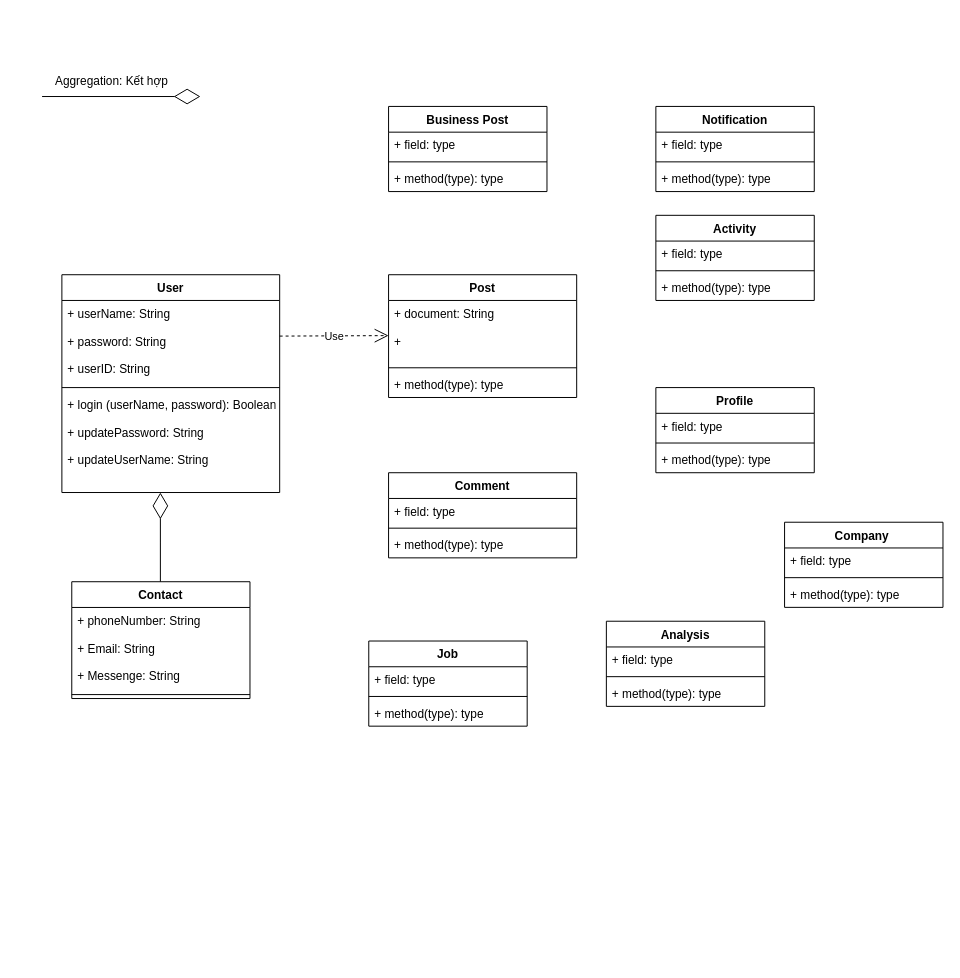
Above: GAP Social Class Diagram.drawio in nvhoang23/BTVN_1 (draw.io), before the change. Source tidied: cells renumbered, new cells numbered last; positions are measured from the earlier drawing's top-left corner, leaving out a move shared by most shapes. Both pictures are drawn from the tidied source at 99%, with x=0, y=0 at pixel (42, 66).
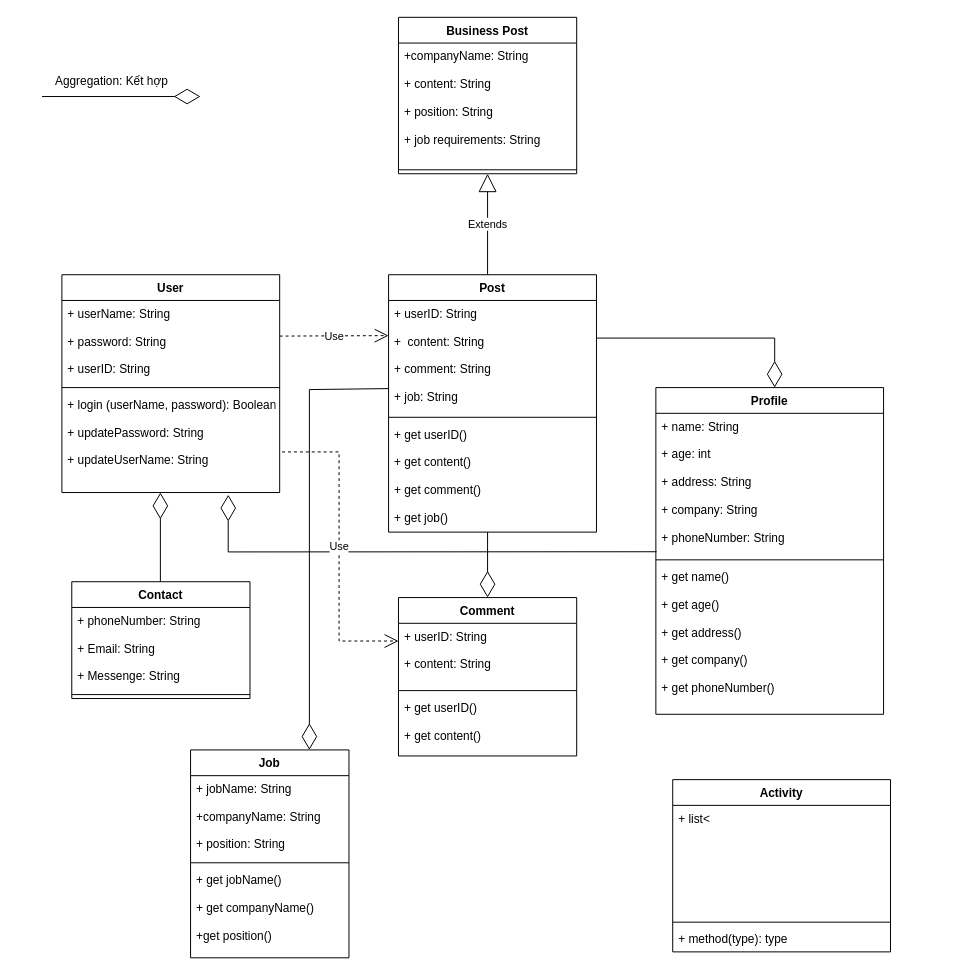
The same diagram, later.

Commit message:
Cập nhật GAP Social Class Diagram.drawio

The change refers to these unchanged cells:
```xml
<mxCell id="5" value="+ login (userName, password): Boolean&#10;&#10;+ updatePassword: String&#10;&#10;+ updateUserName: String &#10;&#10;" style="text;strokeColor=none;fillColor=none;align=left;verticalAlign=top;spacingLeft=4;spacingRight=4;overflow=hidden;points=[[0,0.5],[1,0.5]];portConstraint=eastwest;" parent="2" vertex="1">
  <mxGeometry y="118" width="220" height="102" as="geometry" />
</mxCell>
```

The edit, as a diff of the source:
```diff
@@
     <mxCell id="6" value="Post" style="swimlane;fontStyle=1;align=center;verticalAlign=top;horizontal=1;startSize=26;" parent="1" vertex="1">
-      <mxGeometry x="350" y="210" width="190" height="124" as="geometry" />
+      <mxGeometry x="350" y="210" width="210" height="260" as="geometry" />
     </mxCell>
-    <mxCell id="7" value="+ document: String&#10;&#10;+ " style="text;strokeColor=none;fillColor=none;align=left;verticalAlign=top;spacingLeft=4;spacingRight=4;overflow=hidden;points=[[0,0.5],[1,0.5]];portConstraint=eastwest;" parent="6" vertex="1">
-      <mxGeometry y="26" width="190" height="64" as="geometry" />
+    <mxCell id="7" value="+ userID: String&#10;&#10;+  content: String&#10;&#10;+ comment: String&#10;&#10;+ job: String&#10;&#10;" style="text;strokeColor=none;fillColor=none;align=left;verticalAlign=top;spacingLeft=4;spacingRight=4;overflow=hidden;points=[[0,0.5],[1,0.5]];portConstraint=eastwest;" parent="6" vertex="1">
+      <mxGeometry y="26" width="210" height="114" as="geometry" />
     </mxCell>
     <mxCell id="8" style="line;strokeWidth=1;fillColor=none;align=left;verticalAlign=middle;spacingTop=-1;spacingLeft=3;spacingRight=3;labelPosition=right;strokeColor=inherit;" parent="6" vertex="1">
-      <mxGeometry y="90" width="190" height="8" as="geometry" />
+      <mxGeometry y="140" width="210" height="8" as="geometry" />
     </mxCell>
-    <mxCell id="9" value="+ method(type): type" style="text;strokeColor=none;fillColor=none;align=left;verticalAlign=top;spacingLeft=4;spacingRight=4;overflow=hidden;" parent="6" vertex="1">
-      <mxGeometry y="98" width="190" height="26" as="geometry" />
+    <mxCell id="9" value="+ get userID()&#10;&#10;+ get content() &#10;&#10;+ get comment() &#10;&#10;+ get job() &#10;&#10;" style="text;strokeColor=none;fillColor=none;align=left;verticalAlign=top;spacingLeft=4;spacingRight=4;overflow=hidden;" parent="6" vertex="1">
+      <mxGeometry y="148" width="210" height="112" as="geometry" />
     </mxCell>
-    <mxCell id="10" value="Business Post" style="swimlane;fontStyle=1;align=center;verticalAlign=top;horizontal=1;startSize=26;" parent="1" vertex="1">
-      <mxGeometry x="350" y="40" width="160" height="86" as="geometry" />
-    </mxCell>
-    <mxCell id="11" value="+ field: type" style="text;strokeColor=none;fillColor=none;align=left;verticalAlign=top;spacingLeft=4;spacingRight=4;overflow=hidden;" parent="10" vertex="1">
-      <mxGeometry y="26" width="160" height="26" as="geometry" />
-    </mxCell>
-    <mxCell id="12" style="line;strokeWidth=1;fillColor=none;align=left;verticalAlign=middle;spacingTop=-1;spacingLeft=3;spacingRight=3;labelPosition=right;strokeColor=inherit;" parent="10" vertex="1">
-      <mxGeometry y="52" width="160" height="8" as="geometry" />
-    </mxCell>
-    <mxCell id="13" value="+ method(type): type" style="text;strokeColor=none;fillColor=none;align=left;verticalAlign=top;spacingLeft=4;spacingRight=4;overflow=hidden;" parent="10" vertex="1">
-      <mxGeometry y="60" width="160" height="26" as="geometry" />
-    </mxCell>
-    <mxCell id="14" value="Notification" style="swimlane;fontStyle=1;align=center;verticalAlign=top;horizontal=1;startSize=26;" parent="1" vertex="1">
-      <mxGeometry x="620" y="40" width="160" height="86" as="geometry" />
+    <mxCell id="14" value="Business Post" style="swimlane;fontStyle=1;align=center;verticalAlign=top;horizontal=1;startSize=26;" parent="1" vertex="1">
+      <mxGeometry x="360" y="-50" width="180" height="158" as="geometry" />
     </mxCell>
-    <mxCell id="15" value="+ field: type" style="text;strokeColor=none;fillColor=none;align=left;verticalAlign=top;spacingLeft=4;spacingRight=4;overflow=hidden;" parent="14" vertex="1">
-      <mxGeometry y="26" width="160" height="26" as="geometry" />
+    <mxCell id="15" value="+companyName: String &#10;&#10;+ content: String&#10;&#10;+ position: String&#10;&#10;+ job requirements: String " style="text;strokeColor=none;fillColor=none;align=left;verticalAlign=top;spacingLeft=4;spacingRight=4;overflow=hidden;" parent="14" vertex="1">
+      <mxGeometry y="26" width="180" height="124" as="geometry" />
     </mxCell>
     <mxCell id="16" style="line;strokeWidth=1;fillColor=none;align=left;verticalAlign=middle;spacingTop=-1;spacingLeft=3;spacingRight=3;labelPosition=right;strokeColor=inherit;" parent="14" vertex="1">
-      <mxGeometry y="52" width="160" height="8" as="geometry" />
+      <mxGeometry y="150" width="180" height="8" as="geometry" />
     </mxCell>
-    <mxCell id="17" value="+ method(type): type" style="text;strokeColor=none;fillColor=none;align=left;verticalAlign=top;spacingLeft=4;spacingRight=4;overflow=hidden;" parent="14" vertex="1">
-      <mxGeometry y="60" width="160" height="26" as="geometry" />
-    </mxCell>
     <mxCell id="18" value="Activity" style="swimlane;fontStyle=1;align=center;verticalAlign=top;horizontal=1;startSize=26;" parent="1" vertex="1">
-      <mxGeometry x="620" y="150" width="160" height="86" as="geometry" />
+      <mxGeometry x="637" y="720" width="220" height="174" as="geometry" />
     </mxCell>
-    <mxCell id="19" value="+ field: type" style="text;strokeColor=none;fillColor=none;align=left;verticalAlign=top;spacingLeft=4;spacingRight=4;overflow=hidden;" parent="18" vertex="1">
-      <mxGeometry y="26" width="160" height="26" as="geometry" />
+    <mxCell id="19" value="+ list&lt;" style="text;strokeColor=none;fillColor=none;align=left;verticalAlign=top;spacingLeft=4;spacingRight=4;overflow=hidden;" parent="18" vertex="1">
+      <mxGeometry y="26" width="220" height="114" as="geometry" />
     </mxCell>
     <mxCell id="20" style="line;strokeWidth=1;fillColor=none;align=left;verticalAlign=middle;spacingTop=-1;spacingLeft=3;spacingRight=3;labelPosition=right;strokeColor=inherit;" parent="18" vertex="1">
-      <mxGeometry y="52" width="160" height="8" as="geometry" />
+      <mxGeometry y="140" width="220" height="8" as="geometry" />
     </mxCell>
     <mxCell id="21" value="+ method(type): type" style="text;strokeColor=none;fillColor=none;align=left;verticalAlign=top;spacingLeft=4;spacingRight=4;overflow=hidden;" parent="18" vertex="1">
-      <mxGeometry y="60" width="160" height="26" as="geometry" />
+      <mxGeometry y="148" width="220" height="26" as="geometry" />
     </mxCell>
     <mxCell id="22" value="Comment" style="swimlane;fontStyle=1;align=center;verticalAlign=top;horizontal=1;startSize=26;" parent="1" vertex="1">
-      <mxGeometry x="350" y="410" width="190" height="86" as="geometry" />
+      <mxGeometry x="360" y="536.1" width="180" height="160" as="geometry" />
     </mxCell>
-    <mxCell id="23" value="+ field: type" style="text;strokeColor=none;fillColor=none;align=left;verticalAlign=top;spacingLeft=4;spacingRight=4;overflow=hidden;" parent="22" vertex="1">
-      <mxGeometry y="26" width="190" height="26" as="geometry" />
+    <mxCell id="23" value="+ userID: String &#10;&#10;+ content: String" style="text;strokeColor=none;fillColor=none;align=left;verticalAlign=top;spacingLeft=4;spacingRight=4;overflow=hidden;" parent="22" vertex="1">
+      <mxGeometry y="26" width="180" height="64" as="geometry" />
     </mxCell>
     <mxCell id="24" style="line;strokeWidth=1;fillColor=none;align=left;verticalAlign=middle;spacingTop=-1;spacingLeft=3;spacingRight=3;labelPosition=right;strokeColor=inherit;" parent="22" vertex="1">
-      <mxGeometry y="52" width="190" height="8" as="geometry" />
+      <mxGeometry y="90" width="180" height="8" as="geometry" />
     </mxCell>
-    <mxCell id="25" value="+ method(type): type" style="text;strokeColor=none;fillColor=none;align=left;verticalAlign=top;spacingLeft=4;spacingRight=4;overflow=hidden;" parent="22" vertex="1">
-      <mxGeometry y="60" width="190" height="26" as="geometry" />
+    <mxCell id="25" value="+ get userID()&#10;&#10;+ get content()" style="text;strokeColor=none;fillColor=none;align=left;verticalAlign=top;spacingLeft=4;spacingRight=4;overflow=hidden;" parent="22" vertex="1">
+      <mxGeometry y="98" width="180" height="62" as="geometry" />
     </mxCell>
     <mxCell id="26" value="Profile" style="swimlane;fontStyle=1;align=center;verticalAlign=top;horizontal=1;startSize=26;" parent="1" vertex="1">
-      <mxGeometry x="620" y="324" width="160" height="86" as="geometry" />
+      <mxGeometry x="620" y="324" width="230" height="330" as="geometry" />
     </mxCell>
-    <mxCell id="27" value="+ field: type" style="text;strokeColor=none;fillColor=none;align=left;verticalAlign=top;spacingLeft=4;spacingRight=4;overflow=hidden;points=[[0,0.5],[1,0.5]];portConstraint=eastwest;" parent="26" vertex="1">
-      <mxGeometry y="26" width="160" height="26" as="geometry" />
+    <mxCell id="27" value="+ name: String&#10;&#10;+ age: int&#10;&#10;+ address: String&#10;&#10;+ company: String&#10;&#10;+ phoneNumber: String" style="text;strokeColor=none;fillColor=none;align=left;verticalAlign=top;spacingLeft=4;spacingRight=4;overflow=hidden;points=[[0,0.5],[1,0.5]];portConstraint=eastwest;" parent="26" vertex="1">
+      <mxGeometry y="26" width="230" height="144" as="geometry" />
     </mxCell>
     <mxCell id="28" style="line;strokeWidth=1;fillColor=none;align=left;verticalAlign=middle;spacingTop=-1;spacingLeft=3;spacingRight=3;labelPosition=right;strokeColor=inherit;" parent="26" vertex="1">
-      <mxGeometry y="52" width="160" height="8" as="geometry" />
+      <mxGeometry y="170" width="230" height="8" as="geometry" />
     </mxCell>
-    <mxCell id="29" value="+ method(type): type" style="text;strokeColor=none;fillColor=none;align=left;verticalAlign=top;spacingLeft=4;spacingRight=4;overflow=hidden;" parent="26" vertex="1">
-      <mxGeometry y="60" width="160" height="26" as="geometry" />
+    <mxCell id="29" value="+ get name()&#10;&#10;+ get age()&#10;&#10;+ get address()&#10;&#10;+ get company()&#10;&#10;+ get phoneNumber()" style="text;strokeColor=none;fillColor=none;align=left;verticalAlign=top;spacingLeft=4;spacingRight=4;overflow=hidden;" parent="26" vertex="1">
+      <mxGeometry y="178" width="230" height="152" as="geometry" />
     </mxCell>
@@
     <mxCell id="37" value="Job" style="swimlane;fontStyle=1;align=center;verticalAlign=top;horizontal=1;startSize=26;" parent="1" vertex="1">
-      <mxGeometry x="330" y="580" width="160" height="86" as="geometry" />
+      <mxGeometry x="150" y="690" width="160" height="210" as="geometry" />
     </mxCell>
-    <mxCell id="38" value="+ field: type" style="text;strokeColor=none;fillColor=none;align=left;verticalAlign=top;spacingLeft=4;spacingRight=4;overflow=hidden;" parent="37" vertex="1">
-      <mxGeometry y="26" width="160" height="26" as="geometry" />
+    <mxCell id="38" value="+ jobName: String&#10;&#10;+companyName: String&#10;&#10;+ position: String" style="text;strokeColor=none;fillColor=none;align=left;verticalAlign=top;spacingLeft=4;spacingRight=4;overflow=hidden;" parent="37" vertex="1">
+      <mxGeometry y="26" width="160" height="84" as="geometry" />
     </mxCell>
     <mxCell id="39" style="line;strokeWidth=1;fillColor=none;align=left;verticalAlign=middle;spacingTop=-1;spacingLeft=3;spacingRight=3;labelPosition=right;strokeColor=inherit;" parent="37" vertex="1">
-      <mxGeometry y="52" width="160" height="8" as="geometry" />
+      <mxGeometry y="110" width="160" height="8" as="geometry" />
     </mxCell>
-    <mxCell id="40" value="+ method(type): type" style="text;strokeColor=none;fillColor=none;align=left;verticalAlign=top;spacingLeft=4;spacingRight=4;overflow=hidden;" parent="37" vertex="1">
-      <mxGeometry y="60" width="160" height="26" as="geometry" />
+    <mxCell id="40" value="+ get jobName()&#10;&#10;+ get companyName()&#10;&#10;+get position()" style="text;strokeColor=none;fillColor=none;align=left;verticalAlign=top;spacingLeft=4;spacingRight=4;overflow=hidden;" parent="37" vertex="1">
+      <mxGeometry y="118" width="160" height="92" as="geometry" />
     </mxCell>
-    <mxCell id="41" value="Analysis" style="swimlane;fontStyle=1;align=center;verticalAlign=top;horizontal=1;startSize=26;" parent="1" vertex="1">
-      <mxGeometry x="570" y="560" width="160" height="86" as="geometry" />
-    </mxCell>
-    <mxCell id="42" value="+ field: type" style="text;strokeColor=none;fillColor=none;align=left;verticalAlign=top;spacingLeft=4;spacingRight=4;overflow=hidden;" parent="41" vertex="1">
-      <mxGeometry y="26" width="160" height="26" as="geometry" />
-    </mxCell>
-    <mxCell id="43" style="line;strokeWidth=1;fillColor=none;align=left;verticalAlign=middle;spacingTop=-1;spacingLeft=3;spacingRight=3;labelPosition=right;strokeColor=inherit;" parent="41" vertex="1">
-      <mxGeometry y="52" width="160" height="8" as="geometry" />
-    </mxCell>
-    <mxCell id="44" value="+ method(type): type" style="text;strokeColor=none;fillColor=none;align=left;verticalAlign=top;spacingLeft=4;spacingRight=4;overflow=hidden;" parent="41" vertex="1">
-      <mxGeometry y="60" width="160" height="26" as="geometry" />
-    </mxCell>
-    <mxCell id="45" value="Company " style="swimlane;fontStyle=1;align=center;verticalAlign=top;horizontal=1;startSize=26;" parent="1" vertex="1">
-      <mxGeometry x="750" y="460" width="160" height="86" as="geometry" />
-    </mxCell>
-    <mxCell id="46" value="+ field: type" style="text;strokeColor=none;fillColor=none;align=left;verticalAlign=top;spacingLeft=4;spacingRight=4;overflow=hidden;" parent="45" vertex="1">
-      <mxGeometry y="26" width="160" height="26" as="geometry" />
-    </mxCell>
-    <mxCell id="47" style="line;strokeWidth=1;fillColor=none;align=left;verticalAlign=middle;spacingTop=-1;spacingLeft=3;spacingRight=3;labelPosition=right;strokeColor=inherit;" parent="45" vertex="1">
-      <mxGeometry y="52" width="160" height="8" as="geometry" />
-    </mxCell>
-    <mxCell id="48" value="+ method(type): type" style="text;strokeColor=none;fillColor=none;align=left;verticalAlign=top;spacingLeft=4;spacingRight=4;overflow=hidden;" parent="45" vertex="1">
-      <mxGeometry y="60" width="160" height="26" as="geometry" />
-    </mxCell>
@@
+    <mxCell id="50" style="endArrow=diamondThin;endFill=0;endSize=24;html=1;rounded=0;" parent="1" edge="1">
+      <mxGeometry relative="1" as="geometry">
+        <mxPoint x="560" y="274" as="sourcePoint" />
+        <mxPoint x="740" y="324" as="targetPoint" />
+        <Array as="points">
+          <mxPoint x="740" y="274" />
+        </Array>
+      </mxGeometry>
+    </mxCell>
+    <mxCell id="51" style="endArrow=diamondThin;endFill=0;endSize=24;html=1;rounded=0;entryX=0.5;entryY=0;entryDx=0;entryDy=0;" parent="1" edge="1" target="22">
+      <mxGeometry relative="1" as="geometry">
+        <mxPoint x="450" y="470" as="sourcePoint" />
+      </mxGeometry>
+    </mxCell>
+    <mxCell id="52" style="endArrow=diamondThin;endFill=0;endSize=24;html=1;rounded=0;exitX=-0.002;exitY=0.781;exitDx=0;exitDy=0;exitPerimeter=0;entryX=0.75;entryY=0;entryDx=0;entryDy=0;" parent="1" edge="1" source="7" target="37">
+      <mxGeometry relative="1" as="geometry">
+        <Array as="points">
+          <mxPoint x="270" y="326" />
+        </Array>
+      </mxGeometry>
+    </mxCell>
+    <mxCell id="53" value="Extends" style="endArrow=block;endSize=16;endFill=0;html=1;rounded=0;entryX=0.5;entryY=1;entryDx=0;entryDy=0;" parent="1" edge="1" target="14">
+      <mxGeometry relative="1" as="geometry">
+        <mxPoint x="450" y="210" as="sourcePoint" />
+      </mxGeometry>
+    </mxCell>
+    <mxCell id="54" style="endArrow=diamondThin;endFill=0;endSize=24;html=1;rounded=0;entryX=0.764;entryY=1.022;entryDx=0;entryDy=0;entryPerimeter=0;exitX=0.003;exitY=0.971;exitDx=0;exitDy=0;exitPerimeter=0;" parent="1" edge="1" source="27" target="5">
+      <mxGeometry relative="1" as="geometry">
+        <Array as="points">
+          <mxPoint x="188" y="490" />
+        </Array>
+      </mxGeometry>
+    </mxCell>
+    <mxCell id="55" value="Use" style="endArrow=open;endSize=12;dashed=1;html=1;rounded=0;exitX=1.011;exitY=0.598;exitDx=0;exitDy=0;exitPerimeter=0;" parent="1" edge="1" source="5">
+      <mxGeometry relative="1" as="geometry">
+        <mxPoint x="360" y="580" as="targetPoint" />
+        <Array as="points">
+          <mxPoint x="300" y="389" />
+          <mxPoint x="300" y="580" />
+        </Array>
+      </mxGeometry>
+    </mxCell>
```
